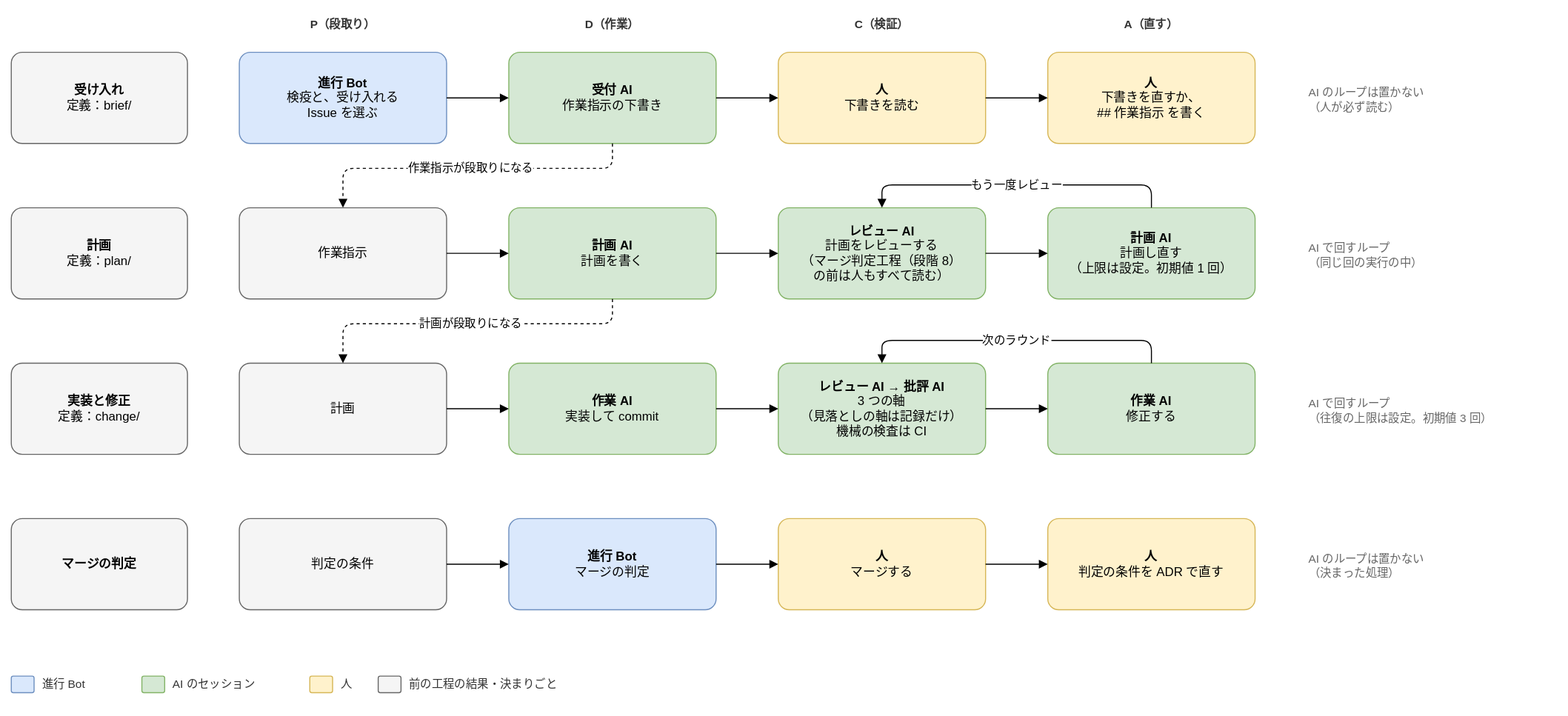
Joymerrevent/dev-autopilot keeps this draw.io diagram as docs/design/basic/diagrams/02-pdca.drawio.svg. Above is the earlier version. Source tidied: cells renumbered, new cells last; positions are measured from the earlier drawing's top-left corner, leaving out a move shared by most shapes.
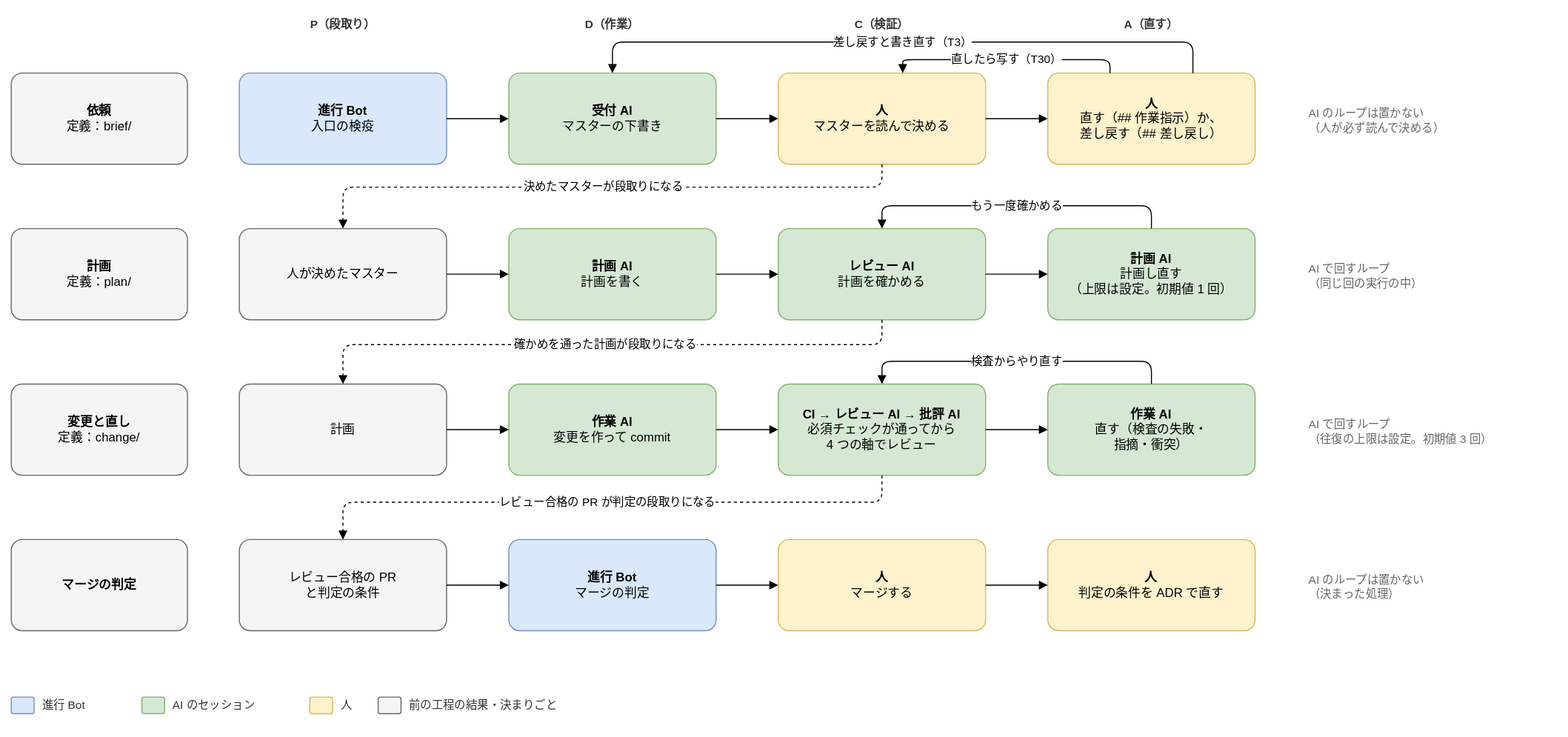
The same file after the commit.

Change to the diagram source:
```diff
@@ -3,30 +3,30 @@
     <mxCell id="0" />
     <mxCell id="1" parent="0" />
     <mxCell id="2" value="&lt;b&gt;P（段取り）&lt;/b&gt;" style="text;html=1;whiteSpace=wrap;align=left;verticalAlign=top;fontSize=11;fontColor=#666666;align=center;fontColor=#333333;" parent="1" vertex="1">
-      <mxGeometry x="220" width="200" height="20" as="geometry" />
+      <mxGeometry x="220" y="-20" width="200" height="20" as="geometry" />
     </mxCell>
     <mxCell id="3" value="&lt;b&gt;D（作業）&lt;/b&gt;" style="text;html=1;whiteSpace=wrap;align=left;verticalAlign=top;fontSize=11;fontColor=#666666;align=center;fontColor=#333333;" parent="1" vertex="1">
-      <mxGeometry x="480" width="200" height="20" as="geometry" />
+      <mxGeometry x="480" y="-20" width="200" height="20" as="geometry" />
     </mxCell>
     <mxCell id="4" value="&lt;b&gt;C（検証）&lt;/b&gt;" style="text;html=1;whiteSpace=wrap;align=left;verticalAlign=top;fontSize=11;fontColor=#666666;align=center;fontColor=#333333;" parent="1" vertex="1">
-      <mxGeometry x="740" width="200" height="20" as="geometry" />
+      <mxGeometry x="740" y="-20" width="200" height="20" as="geometry" />
     </mxCell>
     <mxCell id="5" value="&lt;b&gt;A（直す）&lt;/b&gt;" style="text;html=1;whiteSpace=wrap;align=left;verticalAlign=top;fontSize=11;fontColor=#666666;align=center;fontColor=#333333;" parent="1" vertex="1">
-      <mxGeometry x="1000" width="200" height="20" as="geometry" />
+      <mxGeometry x="1000" y="-20" width="200" height="20" as="geometry" />
     </mxCell>
-    <mxCell id="6" value="&lt;b&gt;受け入れ&lt;/b&gt;&lt;br&gt;定義：brief/" style="rounded=1;whiteSpace=wrap;html=1;fontSize=12;arcSize=12;spacing=12;fillColor=#f5f5f5;strokeColor=#666666;" parent="1" vertex="1">
+    <mxCell id="6" value="&lt;b&gt;依頼&lt;/b&gt;&lt;br&gt;定義：brief/" style="rounded=1;whiteSpace=wrap;html=1;fontSize=12;arcSize=12;spacing=12;fillColor=#f5f5f5;strokeColor=#666666;" parent="1" vertex="1">
       <mxGeometry y="40" width="170" height="88" as="geometry" />
     </mxCell>
-    <mxCell id="7" value="&lt;b&gt;進行 Bot&lt;/b&gt;&lt;br&gt;検疫と、受け入れる&lt;br&gt;Issue を選ぶ" style="rounded=1;whiteSpace=wrap;html=1;fontSize=12;arcSize=12;spacing=12;fillColor=#dae8fc;strokeColor=#6c8ebf;" parent="1" vertex="1">
+    <mxCell id="7" value="&lt;b&gt;進行 Bot&lt;/b&gt;&lt;br&gt;入口の検疫" style="rounded=1;whiteSpace=wrap;html=1;fontSize=12;arcSize=12;spacing=12;fillColor=#dae8fc;strokeColor=#6c8ebf;" parent="1" vertex="1">
       <mxGeometry x="220" y="40" width="200" height="88" as="geometry" />
     </mxCell>
-    <mxCell id="8" value="&lt;b&gt;受付 AI&lt;/b&gt;&lt;br&gt;作業指示の下書き" style="rounded=1;whiteSpace=wrap;html=1;fontSize=12;arcSize=12;spacing=12;fillColor=#d5e8d4;strokeColor=#82b366;" parent="1" vertex="1">
+    <mxCell id="8" value="&lt;b&gt;受付 AI&lt;/b&gt;&lt;br&gt;マスターの下書き" style="rounded=1;whiteSpace=wrap;html=1;fontSize=12;arcSize=12;spacing=12;fillColor=#d5e8d4;strokeColor=#82b366;" parent="1" vertex="1">
       <mxGeometry x="480" y="40" width="200" height="88" as="geometry" />
     </mxCell>
-    <mxCell id="9" value="&lt;b&gt;人&lt;/b&gt;&lt;br&gt;下書きを読む" style="rounded=1;whiteSpace=wrap;html=1;fontSize=12;arcSize=12;spacing=12;fillColor=#fff2cc;strokeColor=#d6b656;" parent="1" vertex="1">
+    <mxCell id="9" value="&lt;b&gt;人&lt;/b&gt;&lt;br&gt;マスターを読んで決める" style="rounded=1;whiteSpace=wrap;html=1;fontSize=12;arcSize=12;spacing=12;fillColor=#fff2cc;strokeColor=#d6b656;" parent="1" vertex="1">
       <mxGeometry x="740" y="40" width="200" height="88" as="geometry" />
     </mxCell>
-    <mxCell id="10" value="&lt;b&gt;人&lt;/b&gt;&lt;br&gt;下書きを直すか、&lt;br&gt;## 作業指示 を書く" style="rounded=1;whiteSpace=wrap;html=1;fontSize=12;arcSize=12;spacing=12;fillColor=#fff2cc;strokeColor=#d6b656;" parent="1" vertex="1">
+    <mxCell id="10" value="&lt;b&gt;人&lt;/b&gt;&lt;br&gt;直す（## 作業指示）か、&lt;br&gt;差し戻す（## 差し戻し）" style="rounded=1;whiteSpace=wrap;html=1;fontSize=12;arcSize=12;spacing=12;fillColor=#fff2cc;strokeColor=#d6b656;" parent="1" vertex="1">
       <mxGeometry x="1000" y="40" width="200" height="88" as="geometry" />
     </mxCell>
     <mxCell id="11" style="edgeStyle=orthogonalEdgeStyle;rounded=1;html=1;endArrow=block;endFill=1;fontSize=11;labelBackgroundColor=#ffffff;exitX=1;exitY=0.5;exitDx=0;exitDy=0;entryX=0;entryY=0.5;entryDx=0;entryDy=0;" parent="1" edge="1" source="7" target="8">
@@ -38,19 +38,19 @@
     <mxCell id="13" style="edgeStyle=orthogonalEdgeStyle;rounded=1;html=1;endArrow=block;endFill=1;fontSize=11;labelBackgroundColor=#ffffff;exitX=1;exitY=0.5;exitDx=0;exitDy=0;entryX=0;entryY=0.5;entryDx=0;entryDy=0;" parent="1" edge="1" source="9" target="10">
       <mxGeometry relative="1" as="geometry" />
     </mxCell>
-    <mxCell id="14" value="AI のループは置かない&lt;br&gt;（人が必ず読む）" style="text;html=1;whiteSpace=wrap;align=left;verticalAlign=top;fontSize=11;fontColor=#666666;verticalAlign=middle;" parent="1" vertex="1">
+    <mxCell id="14" value="AI のループは置かない&lt;br&gt;（人が必ず読んで決める）" style="text;html=1;whiteSpace=wrap;align=left;verticalAlign=top;fontSize=11;fontColor=#666666;verticalAlign=middle;" parent="1" vertex="1">
       <mxGeometry x="1250" y="66" width="230" height="40" as="geometry" />
     </mxCell>
     <mxCell id="15" value="&lt;b&gt;計画&lt;/b&gt;&lt;br&gt;定義：plan/" style="rounded=1;whiteSpace=wrap;html=1;fontSize=12;arcSize=12;spacing=12;fillColor=#f5f5f5;strokeColor=#666666;" parent="1" vertex="1">
       <mxGeometry y="190" width="170" height="88" as="geometry" />
     </mxCell>
-    <mxCell id="16" value="作業指示" style="rounded=1;whiteSpace=wrap;html=1;fontSize=12;arcSize=12;spacing=12;fillColor=#f5f5f5;strokeColor=#666666;" parent="1" vertex="1">
+    <mxCell id="16" value="人が決めたマスター" style="rounded=1;whiteSpace=wrap;html=1;fontSize=12;arcSize=12;spacing=12;fillColor=#f5f5f5;strokeColor=#666666;" parent="1" vertex="1">
       <mxGeometry x="220" y="190" width="200" height="88" as="geometry" />
     </mxCell>
     <mxCell id="17" value="&lt;b&gt;計画 AI&lt;/b&gt;&lt;br&gt;計画を書く" style="rounded=1;whiteSpace=wrap;html=1;fontSize=12;arcSize=12;spacing=12;fillColor=#d5e8d4;strokeColor=#82b366;" parent="1" vertex="1">
       <mxGeometry x="480" y="190" width="200" height="88" as="geometry" />
     </mxCell>
-    <mxCell id="18" value="&lt;b&gt;レビュー AI&lt;/b&gt;&lt;br&gt;計画をレビューする&lt;br&gt;（マージ判定工程（段階 8）&lt;br&gt;の前は人もすべて読む）" style="rounded=1;whiteSpace=wrap;html=1;fontSize=12;arcSize=12;spacing=12;fillColor=#d5e8d4;strokeColor=#82b366;" parent="1" vertex="1">
+    <mxCell id="18" value="&lt;b&gt;レビュー AI&lt;/b&gt;&lt;br&gt;計画を確かめる" style="rounded=1;whiteSpace=wrap;html=1;fontSize=12;arcSize=12;spacing=12;fillColor=#d5e8d4;strokeColor=#82b366;" parent="1" vertex="1">
       <mxGeometry x="740" y="190" width="200" height="88" as="geometry" />
     </mxCell>
     <mxCell id="19" value="&lt;b&gt;計画 AI&lt;/b&gt;&lt;br&gt;計画し直す&lt;br&gt;（上限は設定。初期値 1 回）" style="rounded=1;whiteSpace=wrap;html=1;fontSize=12;arcSize=12;spacing=12;fillColor=#d5e8d4;strokeColor=#82b366;" parent="1" vertex="1">
@@ -65,7 +65,7 @@
     <mxCell id="22" style="edgeStyle=orthogonalEdgeStyle;rounded=1;html=1;endArrow=block;endFill=1;fontSize=11;labelBackgroundColor=#ffffff;exitX=1;exitY=0.5;exitDx=0;exitDy=0;entryX=0;entryY=0.5;entryDx=0;entryDy=0;" parent="1" edge="1" source="18" target="19">
       <mxGeometry relative="1" as="geometry" />
     </mxCell>
-    <mxCell id="23" value="もう一度レビュー" style="edgeStyle=orthogonalEdgeStyle;rounded=1;html=1;endArrow=block;endFill=1;fontSize=11;labelBackgroundColor=#ffffff;exitX=0.5;exitY=0;exitDx=0;exitDy=0;entryX=0.5;entryY=0;entryDx=0;entryDy=0;" parent="1" edge="1" source="19" target="18">
+    <mxCell id="23" value="もう一度確かめる" style="edgeStyle=orthogonalEdgeStyle;rounded=1;html=1;endArrow=block;endFill=1;fontSize=11;labelBackgroundColor=#ffffff;exitX=0.5;exitY=0;exitDx=0;exitDy=0;entryX=0.5;entryY=0;entryDx=0;entryDy=0;" parent="1" edge="1" source="19" target="18">
       <mxGeometry relative="1" as="geometry">
         <Array as="points">
           <mxPoint x="1100" y="168" />
@@ -76,19 +76,19 @@
     <mxCell id="24" value="AI で回すループ&lt;br&gt;（同じ回の実行の中）" style="text;html=1;whiteSpace=wrap;align=left;verticalAlign=top;fontSize=11;fontColor=#666666;verticalAlign=middle;" parent="1" vertex="1">
       <mxGeometry x="1250" y="216" width="230" height="40" as="geometry" />
     </mxCell>
-    <mxCell id="25" value="&lt;b&gt;実装と修正&lt;/b&gt;&lt;br&gt;定義：change/" style="rounded=1;whiteSpace=wrap;html=1;fontSize=12;arcSize=12;spacing=12;fillColor=#f5f5f5;strokeColor=#666666;" parent="1" vertex="1">
+    <mxCell id="25" value="&lt;b&gt;変更と直し&lt;/b&gt;&lt;br&gt;定義：change/" style="rounded=1;whiteSpace=wrap;html=1;fontSize=12;arcSize=12;spacing=12;fillColor=#f5f5f5;strokeColor=#666666;" parent="1" vertex="1">
       <mxGeometry y="340" width="170" height="88" as="geometry" />
     </mxCell>
     <mxCell id="26" value="計画" style="rounded=1;whiteSpace=wrap;html=1;fontSize=12;arcSize=12;spacing=12;fillColor=#f5f5f5;strokeColor=#666666;" parent="1" vertex="1">
       <mxGeometry x="220" y="340" width="200" height="88" as="geometry" />
     </mxCell>
-    <mxCell id="27" value="&lt;b&gt;作業 AI&lt;/b&gt;&lt;br&gt;実装して commit" style="rounded=1;whiteSpace=wrap;html=1;fontSize=12;arcSize=12;spacing=12;fillColor=#d5e8d4;strokeColor=#82b366;" parent="1" vertex="1">
+    <mxCell id="27" value="&lt;b&gt;作業 AI&lt;/b&gt;&lt;br&gt;変更を作って commit" style="rounded=1;whiteSpace=wrap;html=1;fontSize=12;arcSize=12;spacing=12;fillColor=#d5e8d4;strokeColor=#82b366;" parent="1" vertex="1">
       <mxGeometry x="480" y="340" width="200" height="88" as="geometry" />
     </mxCell>
-    <mxCell id="28" value="&lt;b&gt;レビュー AI → 批評 AI&lt;/b&gt;&lt;br&gt;3 つの軸&lt;br&gt;（見落としの軸は記録だけ）&lt;br&gt;機械の検査は CI" style="rounded=1;whiteSpace=wrap;html=1;fontSize=12;arcSize=12;spacing=12;fillColor=#d5e8d4;strokeColor=#82b366;" parent="1" vertex="1">
+    <mxCell id="28" value="&lt;b&gt;CI → レビュー AI → 批評 AI&lt;/b&gt;&lt;br&gt;必須チェックが通ってから&lt;br&gt;4 つの軸でレビュー" style="rounded=1;whiteSpace=wrap;html=1;fontSize=12;arcSize=12;spacing=12;fillColor=#d5e8d4;strokeColor=#82b366;" parent="1" vertex="1">
       <mxGeometry x="740" y="340" width="200" height="88" as="geometry" />
     </mxCell>
-    <mxCell id="29" value="&lt;b&gt;作業 AI&lt;/b&gt;&lt;br&gt;修正する" style="rounded=1;whiteSpace=wrap;html=1;fontSize=12;arcSize=12;spacing=12;fillColor=#d5e8d4;strokeColor=#82b366;" parent="1" vertex="1">
+    <mxCell id="29" value="&lt;b&gt;作業 AI&lt;/b&gt;&lt;br&gt;直す（検査の失敗・&lt;br&gt;指摘・衝突）" style="rounded=1;whiteSpace=wrap;html=1;fontSize=12;arcSize=12;spacing=12;fillColor=#d5e8d4;strokeColor=#82b366;" parent="1" vertex="1">
       <mxGeometry x="1000" y="340" width="200" height="88" as="geometry" />
     </mxCell>
     <mxCell id="30" style="edgeStyle=orthogonalEdgeStyle;rounded=1;html=1;endArrow=block;endFill=1;fontSize=11;labelBackgroundColor=#ffffff;exitX=1;exitY=0.5;exitDx=0;exitDy=0;entryX=0;entryY=0.5;entryDx=0;entryDy=0;" parent="1" edge="1" source="26" target="27">
@@ -100,7 +100,7 @@
     <mxCell id="32" style="edgeStyle=orthogonalEdgeStyle;rounded=1;html=1;endArrow=block;endFill=1;fontSize=11;labelBackgroundColor=#ffffff;exitX=1;exitY=0.5;exitDx=0;exitDy=0;entryX=0;entryY=0.5;entryDx=0;entryDy=0;" parent="1" edge="1" source="28" target="29">
       <mxGeometry relative="1" as="geometry" />
     </mxCell>
-    <mxCell id="33" value="次のラウンド" style="edgeStyle=orthogonalEdgeStyle;rounded=1;html=1;endArrow=block;endFill=1;fontSize=11;labelBackgroundColor=#ffffff;exitX=0.5;exitY=0;exitDx=0;exitDy=0;entryX=0.5;entryY=0;entryDx=0;entryDy=0;" parent="1" edge="1" source="29" target="28">
+    <mxCell id="33" value="検査からやり直す" style="edgeStyle=orthogonalEdgeStyle;rounded=1;html=1;endArrow=block;endFill=1;fontSize=11;labelBackgroundColor=#ffffff;exitX=0.5;exitY=0;exitDx=0;exitDy=0;entryX=0.5;entryY=0;entryDx=0;entryDy=0;" parent="1" edge="1" source="29" target="28">
       <mxGeometry relative="1" as="geometry">
         <Array as="points">
           <mxPoint x="1100" y="318" />
@@ -114,7 +114,7 @@
     <mxCell id="35" value="&lt;b&gt;マージの判定&lt;/b&gt;" style="rounded=1;whiteSpace=wrap;html=1;fontSize=12;arcSize=12;spacing=12;fillColor=#f5f5f5;strokeColor=#666666;" parent="1" vertex="1">
       <mxGeometry y="490" width="170" height="88" as="geometry" />
     </mxCell>
-    <mxCell id="36" value="判定の条件" style="rounded=1;whiteSpace=wrap;html=1;fontSize=12;arcSize=12;spacing=12;fillColor=#f5f5f5;strokeColor=#666666;" parent="1" vertex="1">
+    <mxCell id="36" value="レビュー合格の PR&lt;br&gt;と判定の条件" style="rounded=1;whiteSpace=wrap;html=1;fontSize=12;arcSize=12;spacing=12;fillColor=#f5f5f5;strokeColor=#666666;" parent="1" vertex="1">
       <mxGeometry x="220" y="490" width="200" height="88" as="geometry" />
     </mxCell>
     <mxCell id="37" value="&lt;b&gt;進行 Bot&lt;/b&gt;&lt;br&gt;マージの判定" style="rounded=1;whiteSpace=wrap;html=1;fontSize=12;arcSize=12;spacing=12;fillColor=#dae8fc;strokeColor=#6c8ebf;" parent="1" vertex="1">
@@ -138,18 +138,18 @@
     <mxCell id="43" value="AI のループは置かない&lt;br&gt;（決まった処理）" style="text;html=1;whiteSpace=wrap;align=left;verticalAlign=top;fontSize=11;fontColor=#666666;verticalAlign=middle;" parent="1" vertex="1">
       <mxGeometry x="1250" y="516" width="230" height="40" as="geometry" />
     </mxCell>
-    <mxCell id="44" value="作業指示が段取りになる" style="edgeStyle=orthogonalEdgeStyle;rounded=1;html=1;endArrow=block;endFill=1;fontSize=11;labelBackgroundColor=#ffffff;dashed=1;exitX=0.5;exitY=1;exitDx=0;exitDy=0;entryX=0.5;entryY=0;entryDx=0;entryDy=0;" parent="1" edge="1" source="8" target="16">
+    <mxCell id="44" value="決めたマスターが段取りになる" style="edgeStyle=orthogonalEdgeStyle;rounded=1;html=1;endArrow=block;endFill=1;fontSize=11;labelBackgroundColor=#ffffff;dashed=1;exitX=0.5;exitY=1;exitDx=0;exitDy=0;entryX=0.5;entryY=0;entryDx=0;entryDy=0;" parent="1" edge="1" source="9" target="16">
       <mxGeometry relative="1" as="geometry">
         <Array as="points">
-          <mxPoint x="580" y="152" />
-          <mxPoint x="320" y="152" />
+          <mxPoint x="840" y="150" />
+          <mxPoint x="320" y="150" />
         </Array>
       </mxGeometry>
     </mxCell>
-    <mxCell id="45" value="計画が段取りになる" style="edgeStyle=orthogonalEdgeStyle;rounded=1;html=1;endArrow=block;endFill=1;fontSize=11;labelBackgroundColor=#ffffff;dashed=1;exitX=0.5;exitY=1;exitDx=0;exitDy=0;entryX=0.5;entryY=0;entryDx=0;entryDy=0;" parent="1" edge="1" source="17" target="26">
+    <mxCell id="45" value="確かめを通った計画が段取りになる" style="edgeStyle=orthogonalEdgeStyle;rounded=1;html=1;endArrow=block;endFill=1;fontSize=11;labelBackgroundColor=#ffffff;dashed=1;exitX=0.5;exitY=1;exitDx=0;exitDy=0;entryX=0.5;entryY=0;entryDx=0;entryDy=0;" parent="1" edge="1" source="18" target="26">
       <mxGeometry relative="1" as="geometry">
         <Array as="points">
-          <mxPoint x="580" y="302" />
+          <mxPoint x="840" y="302" />
           <mxPoint x="320" y="302" />
         </Array>
       </mxGeometry>
@@ -178,5 +178,29 @@
     <mxCell id="53" value="前の工程の結果・決まりごと" style="text;html=1;align=left;verticalAlign=middle;fontSize=11;fontColor=#333333;" parent="1" vertex="1">
       <mxGeometry x="382" y="640" width="166" height="20" as="geometry" />
     </mxCell>
+    <mxCell id="54" value="直したら写す（T30）" style="edgeStyle=orthogonalEdgeStyle;rounded=1;html=1;endArrow=block;endFill=1;fontSize=11;labelBackgroundColor=#ffffff;exitX=0.3;exitY=0;exitDx=0;exitDy=0;entryX=0.6;entryY=0;entryDx=0;entryDy=0;" parent="1" edge="1" source="10" target="9">
+      <mxGeometry relative="1" as="geometry">
+        <Array as="points">
+          <mxPoint x="1060" y="27" />
+          <mxPoint x="860" y="27" />
+        </Array>
+      </mxGeometry>
+    </mxCell>
+    <mxCell id="55" value="差し戻すと書き直す（T3）" style="edgeStyle=orthogonalEdgeStyle;rounded=1;html=1;endArrow=block;endFill=1;fontSize=11;labelBackgroundColor=#ffffff;exitX=0.7;exitY=0;exitDx=0;exitDy=0;entryX=0.5;entryY=0;entryDx=0;entryDy=0;" parent="1" edge="1" source="10" target="8">
+      <mxGeometry relative="1" as="geometry">
+        <Array as="points">
+          <mxPoint x="1140" y="10" />
+          <mxPoint x="580" y="10" />
+        </Array>
+      </mxGeometry>
+    </mxCell>
+    <mxCell id="56" value="レビュー合格の PR が判定の段取りになる" style="edgeStyle=orthogonalEdgeStyle;rounded=1;html=1;endArrow=block;endFill=1;fontSize=11;labelBackgroundColor=#ffffff;dashed=1;exitX=0.5;exitY=1;exitDx=0;exitDy=0;entryX=0.5;entryY=0;entryDx=0;entryDy=0;" parent="1" edge="1" source="28" target="36">
+      <mxGeometry relative="1" as="geometry">
+        <Array as="points">
+          <mxPoint x="840" y="454" />
+          <mxPoint x="320" y="454" />
+        </Array>
+      </mxGeometry>
+    </mxCell>
   </root>
 </mxGraphModel>
```
